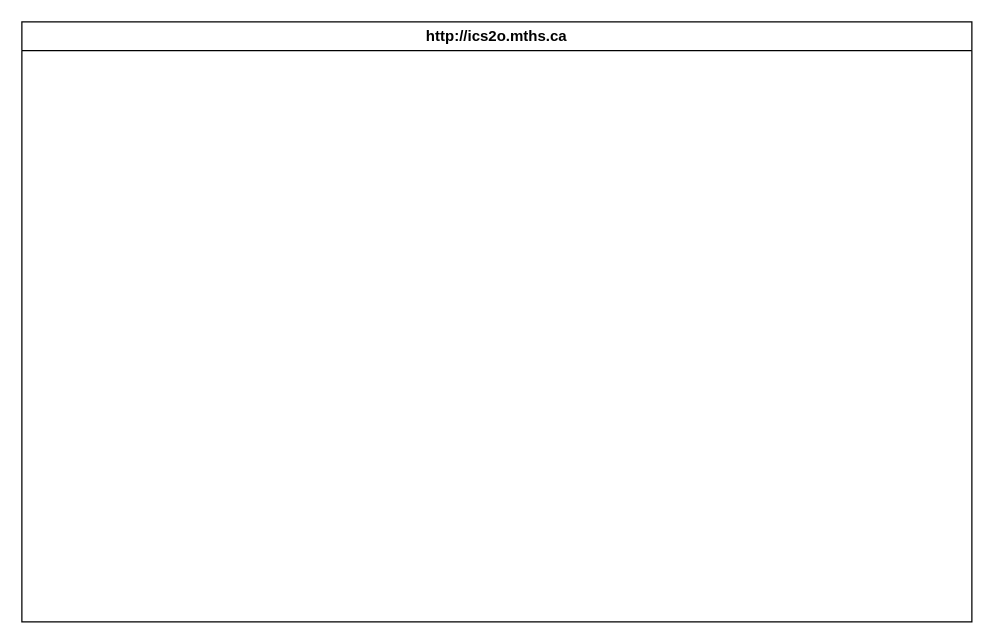
clara-tyman/ICD2O-Unit-5-07-PWA-clara-tyman keeps this draw.io diagram as design/storyboard.drawio. Above is the earlier version. Source tidied: cells renumbered, new cells numbered last; positions are measured from the earlier drawing's top-left corner, leaving out a move shared by most shapes. Both pictures are drawn from the tidied source at 125%, with x=0, y=0 at pixel (21, 21).
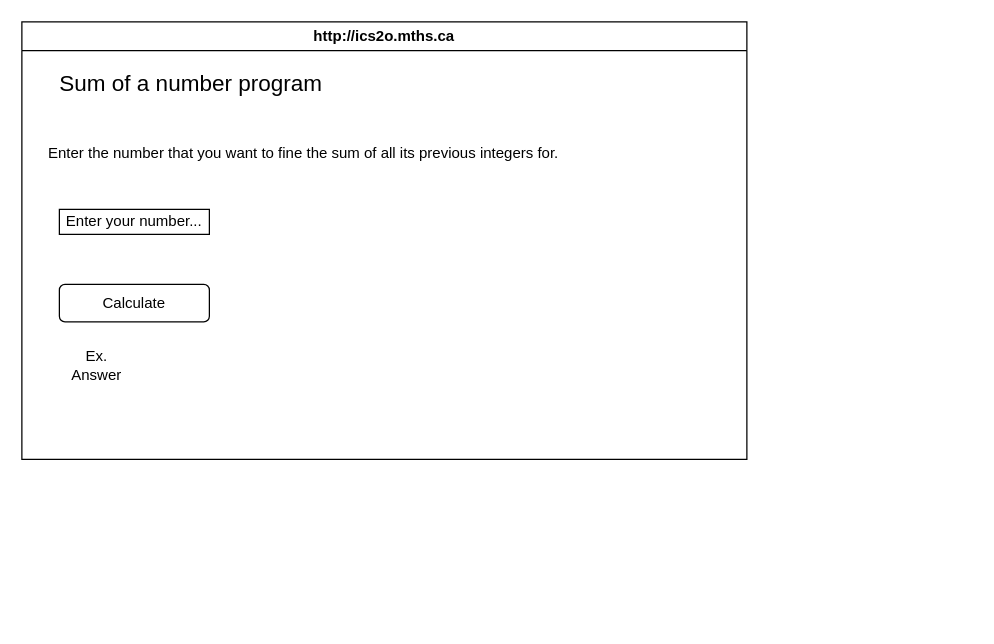
Above is the later version.

What changed in the source:
```diff
@@
 <mxGraphModel>
   <root>
     <mxCell id="0" />
     <mxCell id="1" parent="0" />
     <mxCell id="2" value="http://ics2o.mths.ca" style="swimlane;whiteSpace=wrap;html=1;" parent="1" vertex="1">
-      <mxGeometry width="760" height="480" as="geometry" />
+      <mxGeometry width="580" height="350" as="geometry" />
     </mxCell>
+    <mxCell id="3" value="Enter your number..." style="rounded=0;whiteSpace=wrap;html=1;" parent="2" vertex="1">
+      <mxGeometry x="30" y="150" width="120" height="20" as="geometry" />
+    </mxCell>
+    <mxCell id="4" value="Calculate" style="rounded=1;whiteSpace=wrap;html=1;" parent="2" vertex="1">
+      <mxGeometry x="30" y="210" width="120" height="30" as="geometry" />
+    </mxCell>
+    <mxCell id="5" value="Ex. Answer" style="text;html=1;strokeColor=none;fillColor=none;align=center;verticalAlign=middle;whiteSpace=wrap;rounded=0;" parent="2" vertex="1">
+      <mxGeometry x="30" y="260" width="60" height="30" as="geometry" />
+    </mxCell>
+    <mxCell id="6" value="Enter the number that you want to fine the sum of all its previous integers for." style="text;html=1;align=center;verticalAlign=middle;strokeColor=none;fillColor=none;" parent="2" vertex="1">
+      <mxGeometry x="10" y="90" width="430" height="30" as="geometry" />
+    </mxCell>
+    <mxCell id="7" value="Sum of a number program" style="text;html=1;align=center;verticalAlign=middle;strokeColor=none;fillColor=none;fontSize=18;" parent="2" vertex="1">
+      <mxGeometry x="20" y="30" width="230" height="40" as="geometry" />
+    </mxCell>
   </root>
 </mxGraphModel>
```
